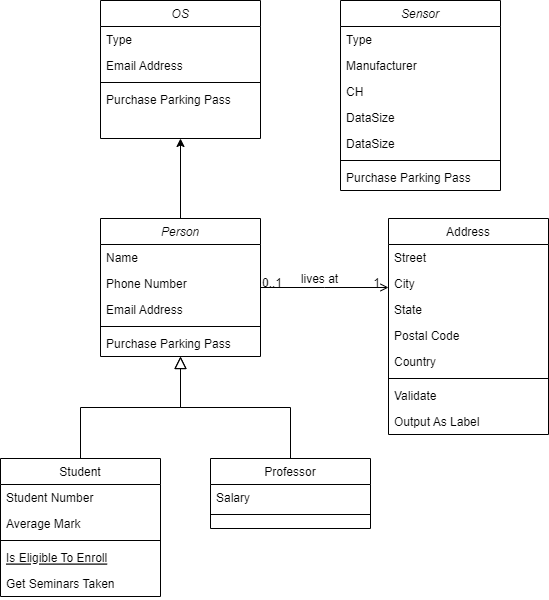
dsy-sw/sensor_calibration_tool keeps this draw.io diagram as docs/Software_Design.png. Above is the earlier version. Source tidied: cells renumbered, new cells last; positions are measured from the earlier drawing's top-left corner, leaving out a move shared by most shapes. Its diagram source:
```xml
<mxGraphModel background="#ffffff">
  <root>
    <mxCell id="0" />
    <mxCell id="1" parent="0" />
    <mxCell id="2" style="edgeStyle=orthogonalEdgeStyle;rounded=0;jettySize=auto;html=1;" parent="1" edge="1" source="3" target="33">
      <mxGeometry relative="1" as="geometry" />
    </mxCell>
    <mxCell id="3" value="Person" style="swimlane;fontStyle=2;align=center;verticalAlign=top;horizontal=1;startSize=26;rounded=0;shadow=0;strokeWidth=1;" parent="1" vertex="1">
      <mxGeometry x="100" y="218" width="160" height="138" as="geometry" />
    </mxCell>
    <mxCell id="4" value="Name" style="text;align=left;verticalAlign=top;spacingLeft=4;spacingRight=4;overflow=hidden;" parent="3" vertex="1">
      <mxGeometry y="26" width="160" height="26" as="geometry" />
    </mxCell>
    <mxCell id="5" value="Phone Number" style="text;align=left;verticalAlign=top;spacingLeft=4;spacingRight=4;overflow=hidden;rounded=0;shadow=0;html=0;" parent="3" vertex="1">
      <mxGeometry y="52" width="160" height="26" as="geometry" />
    </mxCell>
    <mxCell id="6" value="Email Address" style="text;align=left;verticalAlign=top;spacingLeft=4;spacingRight=4;overflow=hidden;rounded=0;shadow=0;html=0;" parent="3" vertex="1">
      <mxGeometry y="78" width="160" height="26" as="geometry" />
    </mxCell>
    <mxCell id="7" style="line;html=1;strokeWidth=1;align=left;verticalAlign=middle;spacingTop=-1;spacingLeft=3;spacingRight=3;labelPosition=right;" parent="3" vertex="1">
      <mxGeometry y="104" width="160" height="8" as="geometry" />
    </mxCell>
    <mxCell id="8" value="Purchase Parking Pass" style="text;align=left;verticalAlign=top;spacingLeft=4;spacingRight=4;overflow=hidden;" parent="3" vertex="1">
      <mxGeometry y="112" width="160" height="26" as="geometry" />
    </mxCell>
    <mxCell id="9" value="Student" style="swimlane;fontStyle=0;align=center;verticalAlign=top;horizontal=1;startSize=26;rounded=0;shadow=0;strokeWidth=1;" parent="1" vertex="1">
      <mxGeometry y="458" width="160" height="138" as="geometry" />
    </mxCell>
    <mxCell id="10" value="Student Number" style="text;align=left;verticalAlign=top;spacingLeft=4;spacingRight=4;overflow=hidden;" parent="9" vertex="1">
      <mxGeometry y="26" width="160" height="26" as="geometry" />
    </mxCell>
    <mxCell id="11" value="Average Mark" style="text;align=left;verticalAlign=top;spacingLeft=4;spacingRight=4;overflow=hidden;rounded=0;shadow=0;html=0;" parent="9" vertex="1">
      <mxGeometry y="52" width="160" height="26" as="geometry" />
    </mxCell>
    <mxCell id="12" style="line;html=1;strokeWidth=1;align=left;verticalAlign=middle;spacingTop=-1;spacingLeft=3;spacingRight=3;labelPosition=right;" parent="9" vertex="1">
      <mxGeometry y="78" width="160" height="8" as="geometry" />
    </mxCell>
    <mxCell id="13" value="Is Eligible To Enroll" style="text;align=left;verticalAlign=top;spacingLeft=4;spacingRight=4;overflow=hidden;fontStyle=4;" parent="9" vertex="1">
      <mxGeometry y="86" width="160" height="26" as="geometry" />
    </mxCell>
    <mxCell id="14" value="Get Seminars Taken" style="text;align=left;verticalAlign=top;spacingLeft=4;spacingRight=4;overflow=hidden;" parent="9" vertex="1">
      <mxGeometry y="112" width="160" height="26" as="geometry" />
    </mxCell>
    <mxCell id="15" style="endArrow=block;endSize=10;endFill=0;shadow=0;strokeWidth=1;rounded=0;edgeStyle=elbowEdgeStyle;elbow=vertical;" parent="1" edge="1" source="9" target="3">
      <mxGeometry relative="1" as="geometry" />
    </mxCell>
    <mxCell id="16" value="Professor" style="swimlane;fontStyle=0;align=center;verticalAlign=top;horizontal=1;startSize=26;rounded=0;shadow=0;strokeWidth=1;" parent="1" vertex="1">
      <mxGeometry x="210" y="458" width="160" height="70" as="geometry" />
    </mxCell>
    <mxCell id="17" value="Salary" style="text;align=left;verticalAlign=top;spacingLeft=4;spacingRight=4;overflow=hidden;" parent="16" vertex="1">
      <mxGeometry y="26" width="160" height="26" as="geometry" />
    </mxCell>
    <mxCell id="18" style="line;html=1;strokeWidth=1;align=left;verticalAlign=middle;spacingTop=-1;spacingLeft=3;spacingRight=3;labelPosition=right;" parent="16" vertex="1">
      <mxGeometry y="52" width="160" height="8" as="geometry" />
    </mxCell>
    <mxCell id="19" style="endArrow=block;endSize=10;endFill=0;shadow=0;strokeWidth=1;rounded=0;edgeStyle=elbowEdgeStyle;elbow=vertical;" parent="1" edge="1" source="16" target="3">
      <mxGeometry relative="1" as="geometry" />
    </mxCell>
    <mxCell id="20" value="Address" style="swimlane;fontStyle=0;align=center;verticalAlign=top;horizontal=1;startSize=26;rounded=0;shadow=0;strokeWidth=1;" parent="1" vertex="1">
      <mxGeometry x="388" y="218" width="160" height="216" as="geometry" />
    </mxCell>
    <mxCell id="21" value="Street" style="text;align=left;verticalAlign=top;spacingLeft=4;spacingRight=4;overflow=hidden;" parent="20" vertex="1">
      <mxGeometry y="26" width="160" height="26" as="geometry" />
    </mxCell>
    <mxCell id="22" value="City" style="text;align=left;verticalAlign=top;spacingLeft=4;spacingRight=4;overflow=hidden;rounded=0;shadow=0;html=0;" parent="20" vertex="1">
      <mxGeometry y="52" width="160" height="26" as="geometry" />
    </mxCell>
    <mxCell id="23" value="State" style="text;align=left;verticalAlign=top;spacingLeft=4;spacingRight=4;overflow=hidden;rounded=0;shadow=0;html=0;" parent="20" vertex="1">
      <mxGeometry y="78" width="160" height="26" as="geometry" />
    </mxCell>
    <mxCell id="24" value="Postal Code" style="text;align=left;verticalAlign=top;spacingLeft=4;spacingRight=4;overflow=hidden;rounded=0;shadow=0;html=0;" parent="20" vertex="1">
      <mxGeometry y="104" width="160" height="26" as="geometry" />
    </mxCell>
    <mxCell id="25" value="Country" style="text;align=left;verticalAlign=top;spacingLeft=4;spacingRight=4;overflow=hidden;rounded=0;shadow=0;html=0;" parent="20" vertex="1">
      <mxGeometry y="130" width="160" height="26" as="geometry" />
    </mxCell>
    <mxCell id="26" style="line;html=1;strokeWidth=1;align=left;verticalAlign=middle;spacingTop=-1;spacingLeft=3;spacingRight=3;labelPosition=right;" parent="20" vertex="1">
      <mxGeometry y="156" width="160" height="8" as="geometry" />
    </mxCell>
    <mxCell id="27" value="Validate" style="text;align=left;verticalAlign=top;spacingLeft=4;spacingRight=4;overflow=hidden;" parent="20" vertex="1">
      <mxGeometry y="164" width="160" height="26" as="geometry" />
    </mxCell>
    <mxCell id="28" value="Output As Label" style="text;align=left;verticalAlign=top;spacingLeft=4;spacingRight=4;overflow=hidden;" parent="20" vertex="1">
      <mxGeometry y="190" width="160" height="26" as="geometry" />
    </mxCell>
    <mxCell id="29" style="endArrow=open;shadow=0;strokeWidth=1;rounded=0;endFill=1;edgeStyle=elbowEdgeStyle;elbow=vertical;" parent="1" edge="1" source="3" target="20">
      <mxGeometry x="0.5" y="41" relative="1" as="geometry">
        <mxPoint x="-40" y="32" as="offset" />
      </mxGeometry>
    </mxCell>
    <mxCell id="30" value="0..1" style="align=left;verticalAlign=bottom;labelBackgroundColor=none;fontSize=12;" parent="29" vertex="1">
      <mxGeometry x="-1" relative="1" as="geometry">
        <mxPoint y="4" as="offset" />
      </mxGeometry>
    </mxCell>
    <mxCell id="31" value="1" style="align=right;verticalAlign=bottom;labelBackgroundColor=none;fontSize=12;" parent="29" vertex="1">
      <mxGeometry x="1" relative="1" as="geometry">
        <mxPoint x="-7" y="4" as="offset" />
      </mxGeometry>
    </mxCell>
    <mxCell id="32" value="lives at" style="text;html=1;align=center;verticalAlign=middle;labelBackgroundColor=none;rounded=0;shadow=0;strokeWidth=1;fontSize=12;" parent="29" vertex="1">
      <mxGeometry x="0.5" y="49" relative="1" as="geometry">
        <mxPoint x="-38" y="40" as="offset" />
      </mxGeometry>
    </mxCell>
    <mxCell id="33" value="OS" style="swimlane;fontStyle=2;align=center;verticalAlign=top;horizontal=1;startSize=26;rounded=0;shadow=0;strokeWidth=1;" parent="1" vertex="1">
      <mxGeometry x="100" width="160" height="138" as="geometry" />
    </mxCell>
    <mxCell id="34" value="Type" style="text;align=left;verticalAlign=top;spacingLeft=4;spacingRight=4;overflow=hidden;" parent="33" vertex="1">
      <mxGeometry y="26" width="160" height="26" as="geometry" />
    </mxCell>
    <mxCell id="35" value="Email Address" style="text;align=left;verticalAlign=top;spacingLeft=4;spacingRight=4;overflow=hidden;rounded=0;shadow=0;html=0;" parent="33" vertex="1">
      <mxGeometry y="52" width="160" height="26" as="geometry" />
    </mxCell>
    <mxCell id="36" style="line;html=1;strokeWidth=1;align=left;verticalAlign=middle;spacingTop=-1;spacingLeft=3;spacingRight=3;labelPosition=right;" parent="33" vertex="1">
      <mxGeometry y="78" width="160" height="8" as="geometry" />
    </mxCell>
    <mxCell id="37" value="Purchase Parking Pass" style="text;align=left;verticalAlign=top;spacingLeft=4;spacingRight=4;overflow=hidden;" parent="33" vertex="1">
      <mxGeometry y="86" width="160" height="26" as="geometry" />
    </mxCell>
    <mxCell id="38" value="Sensor" style="swimlane;fontStyle=2;align=center;verticalAlign=top;horizontal=1;startSize=26;rounded=0;shadow=0;strokeWidth=1;" parent="1" vertex="1">
      <mxGeometry x="340" width="160" height="190" as="geometry" />
    </mxCell>
    <mxCell id="39" value="Type" style="text;align=left;verticalAlign=top;spacingLeft=4;spacingRight=4;overflow=hidden;" parent="38" vertex="1">
      <mxGeometry y="26" width="160" height="26" as="geometry" />
    </mxCell>
    <mxCell id="40" value="Manufacturer" style="text;align=left;verticalAlign=top;spacingLeft=4;spacingRight=4;overflow=hidden;rounded=0;shadow=0;html=0;" parent="38" vertex="1">
      <mxGeometry y="52" width="160" height="26" as="geometry" />
    </mxCell>
    <mxCell id="41" value="CH" style="text;align=left;verticalAlign=top;spacingLeft=4;spacingRight=4;overflow=hidden;rounded=0;shadow=0;html=0;" parent="38" vertex="1">
      <mxGeometry y="78" width="160" height="26" as="geometry" />
    </mxCell>
    <mxCell id="42" value="DataSize" style="text;align=left;verticalAlign=top;spacingLeft=4;spacingRight=4;overflow=hidden;rounded=0;shadow=0;html=0;" parent="38" vertex="1">
      <mxGeometry y="104" width="160" height="26" as="geometry" />
    </mxCell>
    <mxCell id="43" value="DataSize" style="text;align=left;verticalAlign=top;spacingLeft=4;spacingRight=4;overflow=hidden;rounded=0;shadow=0;html=0;" parent="38" vertex="1">
      <mxGeometry y="130" width="160" height="26" as="geometry" />
    </mxCell>
    <mxCell id="44" style="line;html=1;strokeWidth=1;align=left;verticalAlign=middle;spacingTop=-1;spacingLeft=3;spacingRight=3;labelPosition=right;" parent="38" vertex="1">
      <mxGeometry y="156" width="160" height="8" as="geometry" />
    </mxCell>
    <mxCell id="45" value="Purchase Parking Pass" style="text;align=left;verticalAlign=top;spacingLeft=4;spacingRight=4;overflow=hidden;" parent="38" vertex="1">
      <mxGeometry y="164" width="160" height="26" as="geometry" />
    </mxCell>
  </root>
</mxGraphModel>
```
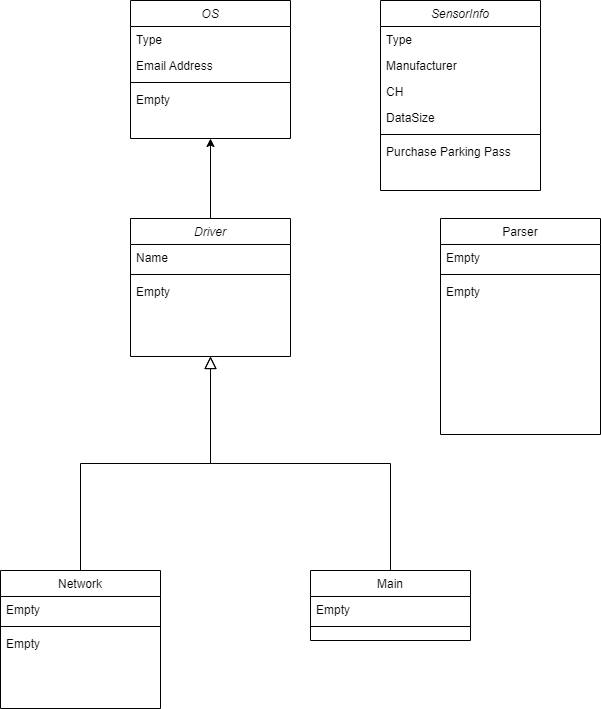
After the commit.

Commit message:
Update flow chart and architecture

Diff of the diagram source:
```diff
@@ -5,49 +5,37 @@
     <mxCell id="2" style="edgeStyle=orthogonalEdgeStyle;rounded=0;jettySize=auto;html=1;" parent="1" edge="1" source="3" target="33">
       <mxGeometry relative="1" as="geometry" />
     </mxCell>
-    <mxCell id="3" value="Person" style="swimlane;fontStyle=2;align=center;verticalAlign=top;horizontal=1;startSize=26;rounded=0;shadow=0;strokeWidth=1;" parent="1" vertex="1">
+    <mxCell id="3" value="Driver" style="swimlane;fontStyle=2;align=center;verticalAlign=top;horizontal=1;startSize=26;rounded=0;shadow=0;strokeWidth=1;" parent="1" vertex="1">
       <mxGeometry x="100" y="218" width="160" height="138" as="geometry" />
     </mxCell>
     <mxCell id="4" value="Name" style="text;align=left;verticalAlign=top;spacingLeft=4;spacingRight=4;overflow=hidden;" parent="3" vertex="1">
       <mxGeometry y="26" width="160" height="26" as="geometry" />
     </mxCell>
-    <mxCell id="5" value="Phone Number" style="text;align=left;verticalAlign=top;spacingLeft=4;spacingRight=4;overflow=hidden;rounded=0;shadow=0;html=0;" parent="3" vertex="1">
-      <mxGeometry y="52" width="160" height="26" as="geometry" />
-    </mxCell>
-    <mxCell id="6" value="Email Address" style="text;align=left;verticalAlign=top;spacingLeft=4;spacingRight=4;overflow=hidden;rounded=0;shadow=0;html=0;" parent="3" vertex="1">
-      <mxGeometry y="78" width="160" height="26" as="geometry" />
-    </mxCell>
     <mxCell id="7" style="line;html=1;strokeWidth=1;align=left;verticalAlign=middle;spacingTop=-1;spacingLeft=3;spacingRight=3;labelPosition=right;" parent="3" vertex="1">
-      <mxGeometry y="104" width="160" height="8" as="geometry" />
+      <mxGeometry y="52" width="160" height="8" as="geometry" />
     </mxCell>
-    <mxCell id="8" value="Purchase Parking Pass" style="text;align=left;verticalAlign=top;spacingLeft=4;spacingRight=4;overflow=hidden;" parent="3" vertex="1">
-      <mxGeometry y="112" width="160" height="26" as="geometry" />
+    <mxCell id="8" value="Empty" style="text;align=left;verticalAlign=top;spacingLeft=4;spacingRight=4;overflow=hidden;" parent="3" vertex="1">
+      <mxGeometry y="60" width="160" height="26" as="geometry" />
     </mxCell>
-    <mxCell id="9" value="Student" style="swimlane;fontStyle=0;align=center;verticalAlign=top;horizontal=1;startSize=26;rounded=0;shadow=0;strokeWidth=1;" parent="1" vertex="1">
-      <mxGeometry y="458" width="160" height="138" as="geometry" />
+    <mxCell id="9" value="Network" style="swimlane;fontStyle=0;align=center;verticalAlign=top;horizontal=1;startSize=26;rounded=0;shadow=0;strokeWidth=1;" parent="1" vertex="1">
+      <mxGeometry x="-30" y="570" width="160" height="138" as="geometry" />
     </mxCell>
-    <mxCell id="10" value="Student Number" style="text;align=left;verticalAlign=top;spacingLeft=4;spacingRight=4;overflow=hidden;" parent="9" vertex="1">
+    <mxCell id="10" value="Empty" style="text;align=left;verticalAlign=top;spacingLeft=4;spacingRight=4;overflow=hidden;" parent="9" vertex="1">
       <mxGeometry y="26" width="160" height="26" as="geometry" />
     </mxCell>
-    <mxCell id="11" value="Average Mark" style="text;align=left;verticalAlign=top;spacingLeft=4;spacingRight=4;overflow=hidden;rounded=0;shadow=0;html=0;" parent="9" vertex="1">
-      <mxGeometry y="52" width="160" height="26" as="geometry" />
-    </mxCell>
     <mxCell id="12" style="line;html=1;strokeWidth=1;align=left;verticalAlign=middle;spacingTop=-1;spacingLeft=3;spacingRight=3;labelPosition=right;" parent="9" vertex="1">
-      <mxGeometry y="78" width="160" height="8" as="geometry" />
+      <mxGeometry y="52" width="160" height="8" as="geometry" />
     </mxCell>
-    <mxCell id="13" value="Is Eligible To Enroll" style="text;align=left;verticalAlign=top;spacingLeft=4;spacingRight=4;overflow=hidden;fontStyle=4;" parent="9" vertex="1">
-      <mxGeometry y="86" width="160" height="26" as="geometry" />
-    </mxCell>
-    <mxCell id="14" value="Get Seminars Taken" style="text;align=left;verticalAlign=top;spacingLeft=4;spacingRight=4;overflow=hidden;" parent="9" vertex="1">
-      <mxGeometry y="112" width="160" height="26" as="geometry" />
+    <mxCell id="14" value="Empty" style="text;align=left;verticalAlign=top;spacingLeft=4;spacingRight=4;overflow=hidden;" parent="9" vertex="1">
+      <mxGeometry y="60" width="160" height="26" as="geometry" />
     </mxCell>
     <mxCell id="15" style="endArrow=block;endSize=10;endFill=0;shadow=0;strokeWidth=1;rounded=0;edgeStyle=elbowEdgeStyle;elbow=vertical;" parent="1" edge="1" source="9" target="3">
       <mxGeometry relative="1" as="geometry" />
     </mxCell>
-    <mxCell id="16" value="Professor" style="swimlane;fontStyle=0;align=center;verticalAlign=top;horizontal=1;startSize=26;rounded=0;shadow=0;strokeWidth=1;" parent="1" vertex="1">
-      <mxGeometry x="210" y="458" width="160" height="70" as="geometry" />
+    <mxCell id="16" value="Main" style="swimlane;fontStyle=0;align=center;verticalAlign=top;horizontal=1;startSize=26;rounded=0;shadow=0;strokeWidth=1;" parent="1" vertex="1">
+      <mxGeometry x="280" y="570" width="160" height="70" as="geometry" />
     </mxCell>
-    <mxCell id="17" value="Salary" style="text;align=left;verticalAlign=top;spacingLeft=4;spacingRight=4;overflow=hidden;" parent="16" vertex="1">
+    <mxCell id="17" value="Empty" style="text;align=left;verticalAlign=top;spacingLeft=4;spacingRight=4;overflow=hidden;" parent="16" vertex="1">
       <mxGeometry y="26" width="160" height="26" as="geometry" />
     </mxCell>
     <mxCell id="18" style="line;html=1;strokeWidth=1;align=left;verticalAlign=middle;spacingTop=-1;spacingLeft=3;spacingRight=3;labelPosition=right;" parent="16" vertex="1">
@@ -56,53 +44,18 @@
     <mxCell id="19" style="endArrow=block;endSize=10;endFill=0;shadow=0;strokeWidth=1;rounded=0;edgeStyle=elbowEdgeStyle;elbow=vertical;" parent="1" edge="1" source="16" target="3">
       <mxGeometry relative="1" as="geometry" />
     </mxCell>
-    <mxCell id="20" value="Address" style="swimlane;fontStyle=0;align=center;verticalAlign=top;horizontal=1;startSize=26;rounded=0;shadow=0;strokeWidth=1;" parent="1" vertex="1">
-      <mxGeometry x="388" y="218" width="160" height="216" as="geometry" />
+    <mxCell id="20" value="Parser" style="swimlane;fontStyle=0;align=center;verticalAlign=top;horizontal=1;startSize=26;rounded=0;shadow=0;strokeWidth=1;" parent="1" vertex="1">
+      <mxGeometry x="410" y="218" width="160" height="216" as="geometry" />
     </mxCell>
-    <mxCell id="21" value="Street" style="text;align=left;verticalAlign=top;spacingLeft=4;spacingRight=4;overflow=hidden;" parent="20" vertex="1">
+    <mxCell id="21" value="Empty" style="text;align=left;verticalAlign=top;spacingLeft=4;spacingRight=4;overflow=hidden;" parent="20" vertex="1">
       <mxGeometry y="26" width="160" height="26" as="geometry" />
     </mxCell>
-    <mxCell id="22" value="City" style="text;align=left;verticalAlign=top;spacingLeft=4;spacingRight=4;overflow=hidden;rounded=0;shadow=0;html=0;" parent="20" vertex="1">
-      <mxGeometry y="52" width="160" height="26" as="geometry" />
-    </mxCell>
-    <mxCell id="23" value="State" style="text;align=left;verticalAlign=top;spacingLeft=4;spacingRight=4;overflow=hidden;rounded=0;shadow=0;html=0;" parent="20" vertex="1">
-      <mxGeometry y="78" width="160" height="26" as="geometry" />
-    </mxCell>
-    <mxCell id="24" value="Postal Code" style="text;align=left;verticalAlign=top;spacingLeft=4;spacingRight=4;overflow=hidden;rounded=0;shadow=0;html=0;" parent="20" vertex="1">
-      <mxGeometry y="104" width="160" height="26" as="geometry" />
-    </mxCell>
-    <mxCell id="25" value="Country" style="text;align=left;verticalAlign=top;spacingLeft=4;spacingRight=4;overflow=hidden;rounded=0;shadow=0;html=0;" parent="20" vertex="1">
-      <mxGeometry y="130" width="160" height="26" as="geometry" />
-    </mxCell>
     <mxCell id="26" style="line;html=1;strokeWidth=1;align=left;verticalAlign=middle;spacingTop=-1;spacingLeft=3;spacingRight=3;labelPosition=right;" parent="20" vertex="1">
-      <mxGeometry y="156" width="160" height="8" as="geometry" />
+      <mxGeometry y="52" width="160" height="8" as="geometry" />
     </mxCell>
-    <mxCell id="27" value="Validate" style="text;align=left;verticalAlign=top;spacingLeft=4;spacingRight=4;overflow=hidden;" parent="20" vertex="1">
-      <mxGeometry y="164" width="160" height="26" as="geometry" />
+    <mxCell id="27" value="Empty" style="text;align=left;verticalAlign=top;spacingLeft=4;spacingRight=4;overflow=hidden;" parent="20" vertex="1">
+      <mxGeometry y="60" width="160" height="26" as="geometry" />
     </mxCell>
-    <mxCell id="28" value="Output As Label" style="text;align=left;verticalAlign=top;spacingLeft=4;spacingRight=4;overflow=hidden;" parent="20" vertex="1">
-      <mxGeometry y="190" width="160" height="26" as="geometry" />
-    </mxCell>
-    <mxCell id="29" style="endArrow=open;shadow=0;strokeWidth=1;rounded=0;endFill=1;edgeStyle=elbowEdgeStyle;elbow=vertical;" parent="1" edge="1" source="3" target="20">
-      <mxGeometry x="0.5" y="41" relative="1" as="geometry">
-        <mxPoint x="-40" y="32" as="offset" />
-      </mxGeometry>
-    </mxCell>
-    <mxCell id="30" value="0..1" style="align=left;verticalAlign=bottom;labelBackgroundColor=none;fontSize=12;" parent="29" vertex="1">
-      <mxGeometry x="-1" relative="1" as="geometry">
-        <mxPoint y="4" as="offset" />
-      </mxGeometry>
-    </mxCell>
-    <mxCell id="31" value="1" style="align=right;verticalAlign=bottom;labelBackgroundColor=none;fontSize=12;" parent="29" vertex="1">
-      <mxGeometry x="1" relative="1" as="geometry">
-        <mxPoint x="-7" y="4" as="offset" />
-      </mxGeometry>
-    </mxCell>
-    <mxCell id="32" value="lives at" style="text;html=1;align=center;verticalAlign=middle;labelBackgroundColor=none;rounded=0;shadow=0;strokeWidth=1;fontSize=12;" parent="29" vertex="1">
-      <mxGeometry x="0.5" y="49" relative="1" as="geometry">
-        <mxPoint x="-38" y="40" as="offset" />
-      </mxGeometry>
-    </mxCell>
     <mxCell id="33" value="OS" style="swimlane;fontStyle=2;align=center;verticalAlign=top;horizontal=1;startSize=26;rounded=0;shadow=0;strokeWidth=1;" parent="1" vertex="1">
       <mxGeometry x="100" width="160" height="138" as="geometry" />
     </mxCell>
@@ -115,11 +68,11 @@
     <mxCell id="36" style="line;html=1;strokeWidth=1;align=left;verticalAlign=middle;spacingTop=-1;spacingLeft=3;spacingRight=3;labelPosition=right;" parent="33" vertex="1">
       <mxGeometry y="78" width="160" height="8" as="geometry" />
     </mxCell>
-    <mxCell id="37" value="Purchase Parking Pass" style="text;align=left;verticalAlign=top;spacingLeft=4;spacingRight=4;overflow=hidden;" parent="33" vertex="1">
+    <mxCell id="37" value="Empty" style="text;align=left;verticalAlign=top;spacingLeft=4;spacingRight=4;overflow=hidden;" parent="33" vertex="1">
       <mxGeometry y="86" width="160" height="26" as="geometry" />
     </mxCell>
-    <mxCell id="38" value="Sensor" style="swimlane;fontStyle=2;align=center;verticalAlign=top;horizontal=1;startSize=26;rounded=0;shadow=0;strokeWidth=1;" parent="1" vertex="1">
-      <mxGeometry x="340" width="160" height="190" as="geometry" />
+    <mxCell id="38" value="SensorInfo" style="swimlane;fontStyle=2;align=center;verticalAlign=top;horizontal=1;startSize=26;rounded=0;shadow=0;strokeWidth=1;" parent="1" vertex="1">
+      <mxGeometry x="350" width="160" height="190" as="geometry" />
     </mxCell>
     <mxCell id="39" value="Type" style="text;align=left;verticalAlign=top;spacingLeft=4;spacingRight=4;overflow=hidden;" parent="38" vertex="1">
       <mxGeometry y="26" width="160" height="26" as="geometry" />
@@ -133,14 +86,11 @@
     <mxCell id="42" value="DataSize" style="text;align=left;verticalAlign=top;spacingLeft=4;spacingRight=4;overflow=hidden;rounded=0;shadow=0;html=0;" parent="38" vertex="1">
       <mxGeometry y="104" width="160" height="26" as="geometry" />
     </mxCell>
-    <mxCell id="43" value="DataSize" style="text;align=left;verticalAlign=top;spacingLeft=4;spacingRight=4;overflow=hidden;rounded=0;shadow=0;html=0;" parent="38" vertex="1">
-      <mxGeometry y="130" width="160" height="26" as="geometry" />
-    </mxCell>
     <mxCell id="44" style="line;html=1;strokeWidth=1;align=left;verticalAlign=middle;spacingTop=-1;spacingLeft=3;spacingRight=3;labelPosition=right;" parent="38" vertex="1">
-      <mxGeometry y="156" width="160" height="8" as="geometry" />
+      <mxGeometry y="130" width="160" height="8" as="geometry" />
     </mxCell>
     <mxCell id="45" value="Purchase Parking Pass" style="text;align=left;verticalAlign=top;spacingLeft=4;spacingRight=4;overflow=hidden;" parent="38" vertex="1">
-      <mxGeometry y="164" width="160" height="26" as="geometry" />
+      <mxGeometry y="138" width="160" height="26" as="geometry" />
     </mxCell>
   </root>
 </mxGraphModel>
```
